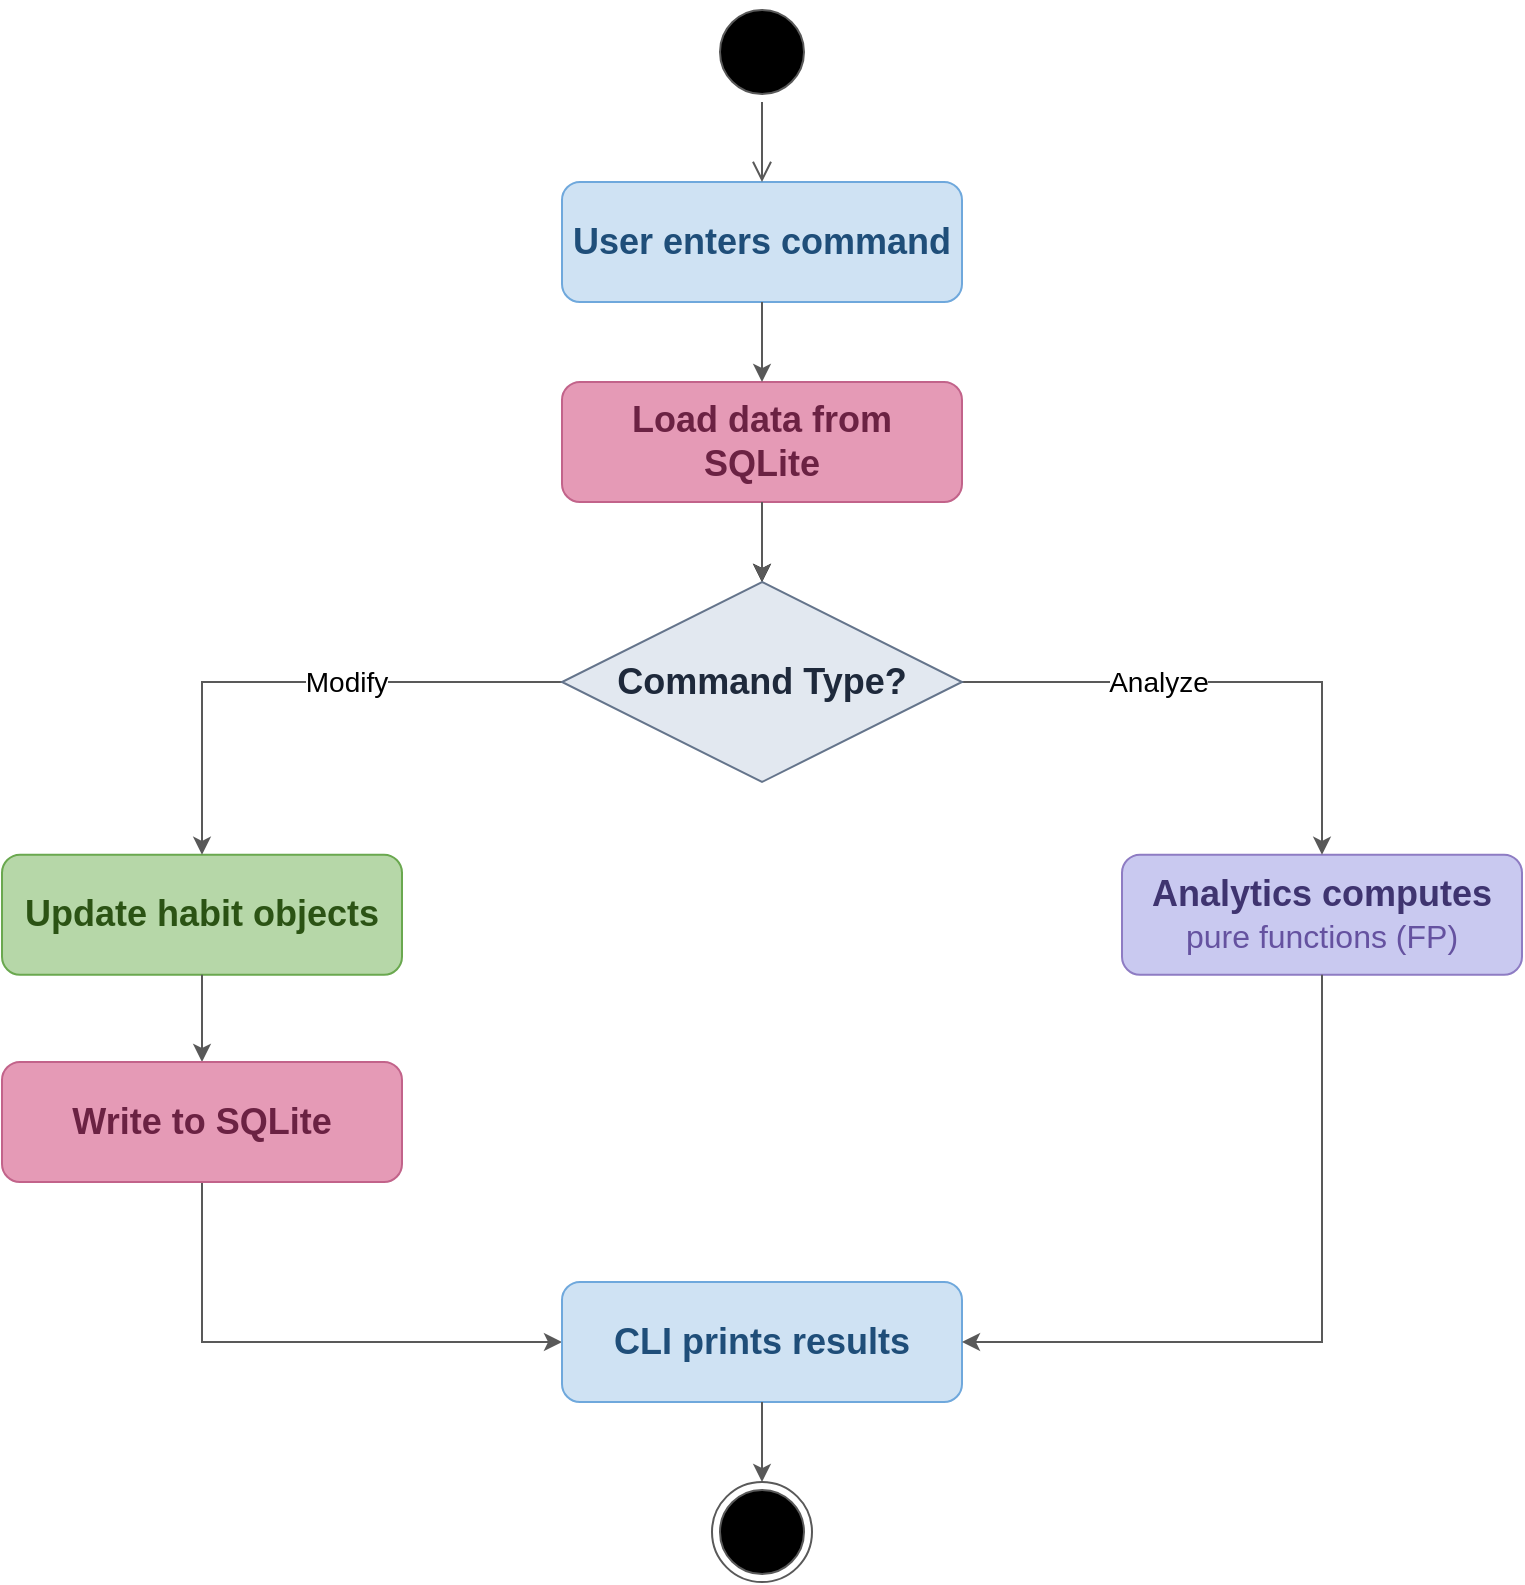
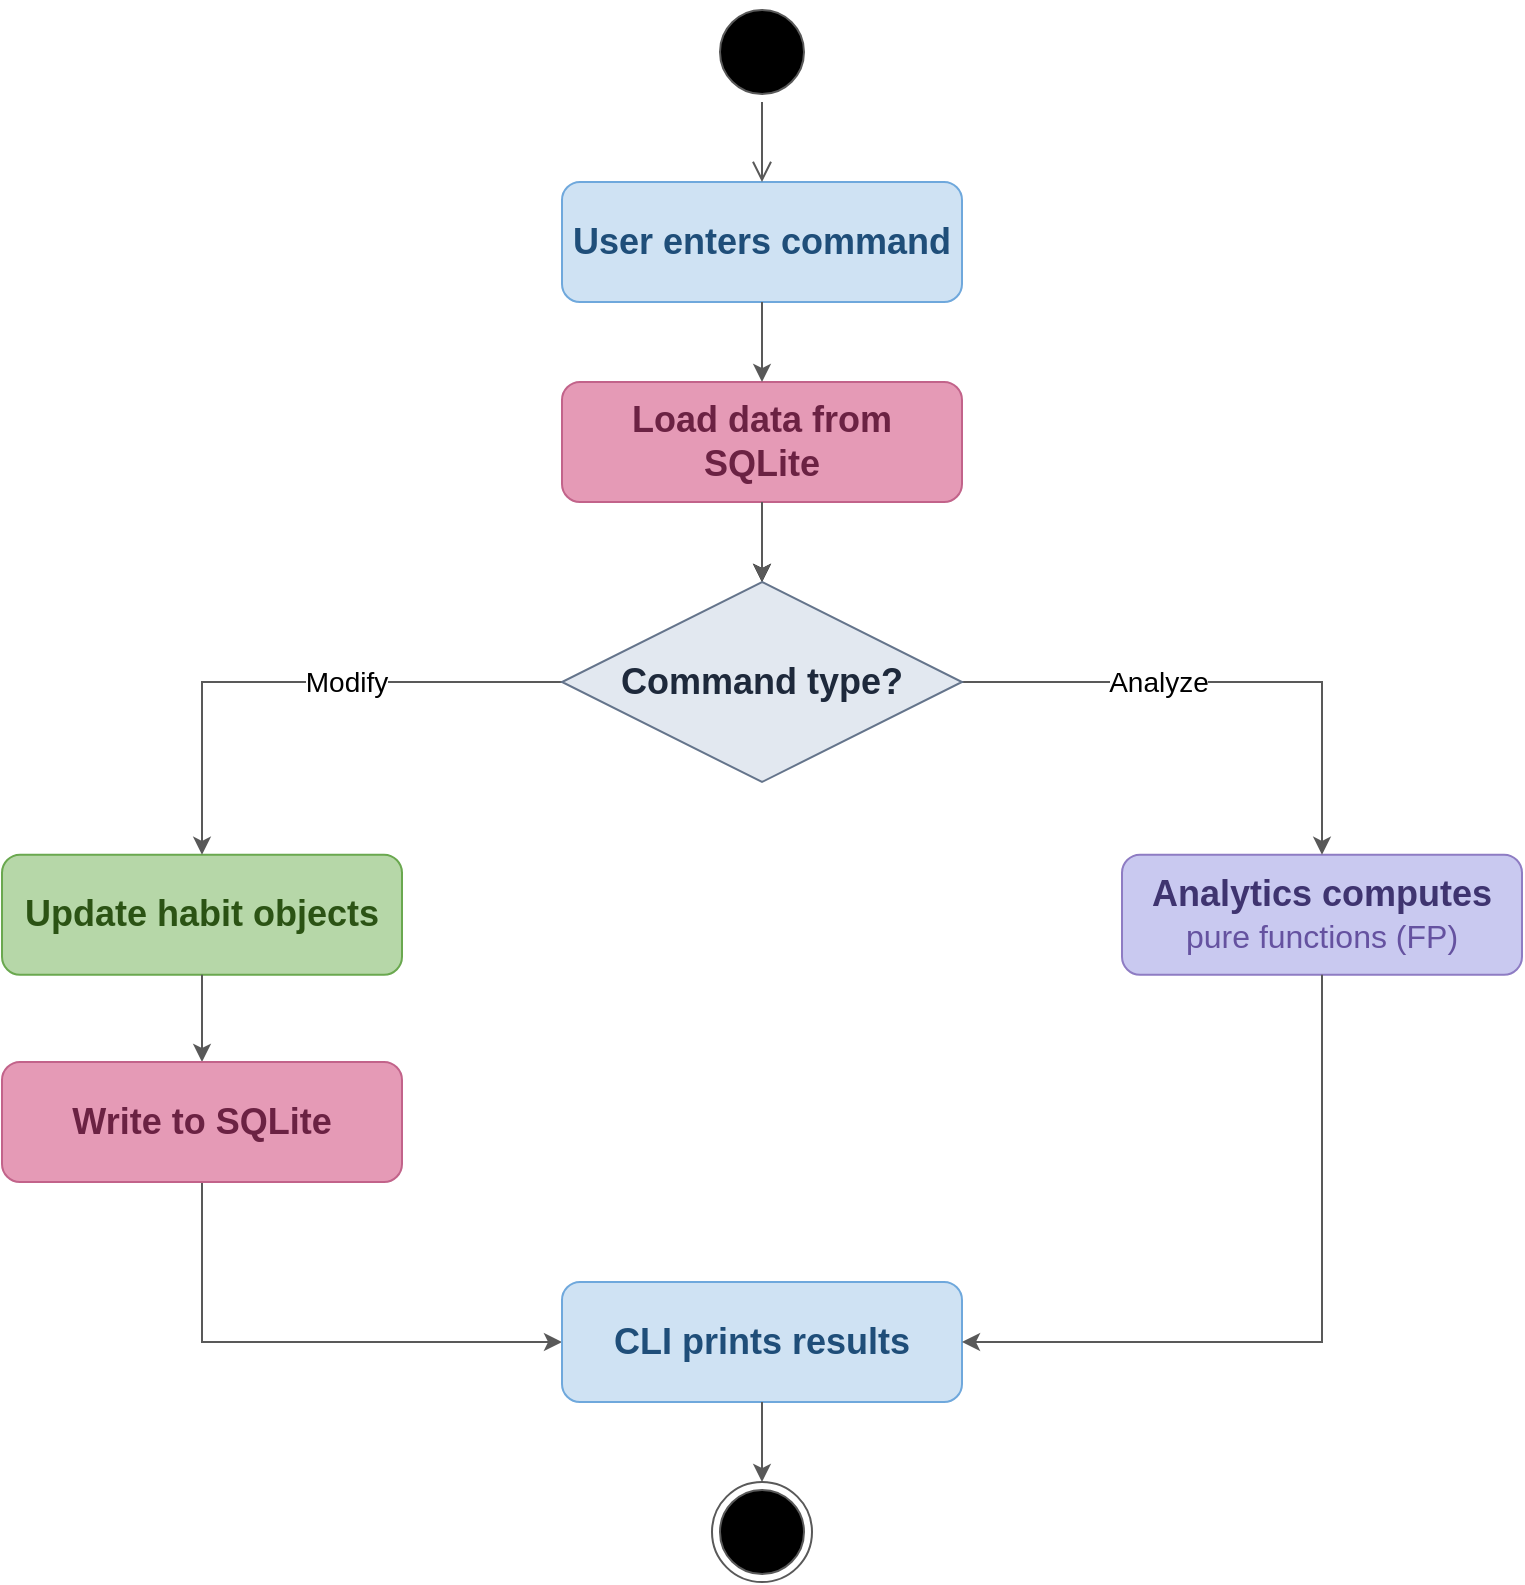
<mxfile host="app.diagrams.net">
  <diagram name="Page-1" id="Piyn0j4mb7igTU8--PZw">
    <mxGraphModel dx="1417" dy="766" grid="1" gridSize="10" guides="1" tooltips="1" connect="1" arrows="1" fold="1" page="1" pageScale="1" pageWidth="850" pageHeight="1100" math="0" shadow="0">
      <root>
        <mxCell id="0" />
        <mxCell id="1" parent="0" />
        <mxCell id="FmgUDV7ztdBwRqrOEOFS-1" parent="1" style="rounded=1;whiteSpace=wrap;html=1;fillColor=#CFE2F3;strokeColor=#6FA8DC;fontColor=#1F4E79;" value="&lt;font style=&quot;font-size: 18px;&quot;&gt;&lt;b&gt;User enters command&lt;/b&gt;&lt;/font&gt;" vertex="1">
          <mxGeometry height="60" width="200" x="320" y="280" as="geometry" />
        </mxCell>
        <mxCell id="FmgUDV7ztdBwRqrOEOFS-3" parent="1" style="rounded=1;whiteSpace=wrap;html=1;fillColor=#B6D7A8;strokeColor=#6AA84F;fontColor=#2B5314;" value="&lt;div&gt;&lt;font style=&quot;font-size: 18px;&quot;&gt;&lt;b&gt;Update habit objects&lt;/b&gt;&lt;/font&gt;&lt;/div&gt;" vertex="1">
          <mxGeometry height="60" width="200" x="40" y="616.38" as="geometry" />
        </mxCell>
        <mxCell id="FmgUDV7ztdBwRqrOEOFS-4" edge="1" parent="1" source="FmgUDV7ztdBwRqrOEOFS-5" style="edgeStyle=orthogonalEdgeStyle;rounded=0;orthogonalLoop=1;jettySize=auto;html=1;" value="">
          <mxGeometry relative="1" as="geometry">
            <mxPoint x="420.0000000000002" y="480" as="targetPoint" />
          </mxGeometry>
        </mxCell>
        <mxCell id="FmgUDV7ztdBwRqrOEOFS-5" parent="1" style="rounded=1;whiteSpace=wrap;html=1;fillColor=#E59AB6;strokeColor=#C2638A;fontColor=#6B2243;" value="&lt;div&gt;&lt;font style=&quot;font-size: 18px;&quot;&gt;&lt;b&gt;Load data from&lt;/b&gt;&lt;/font&gt;&lt;/div&gt;&lt;div&gt;&lt;font style=&quot;font-size: 18px;&quot;&gt;&lt;b&gt;SQLite&lt;/b&gt;&lt;/font&gt;&lt;/div&gt;" vertex="1">
          <mxGeometry height="60" width="200" x="320" y="380" as="geometry" />
        </mxCell>
        <mxCell id="FmgUDV7ztdBwRqrOEOFS-6" parent="1" style="rounded=1;whiteSpace=wrap;html=1;fillColor=#C9C9F0;strokeColor=#8E7CC3;" value="&lt;div&gt;&lt;font style=&quot;font-size: 18px; color: rgb(63, 52, 112);&quot;&gt;&lt;b&gt;Analytics computes&lt;/b&gt;&lt;/font&gt;&lt;/div&gt;&lt;div&gt;&lt;font style=&quot;font-size: 16px; color: rgb(101, 82, 160);&quot;&gt;pure functions (FP)&lt;/font&gt;&lt;/div&gt;" vertex="1">
          <mxGeometry height="60" width="200" x="600" y="616.38" as="geometry" />
        </mxCell>
        <mxCell id="FmgUDV7ztdBwRqrOEOFS-8" edge="1" parent="1" source="FmgUDV7ztdBwRqrOEOFS-1" style="endArrow=classic;html=1;rounded=0;exitX=0.5;exitY=1;exitDx=0;exitDy=0;entryX=0.5;entryY=0;entryDx=0;entryDy=0;strokeColor=#595959;" target="FmgUDV7ztdBwRqrOEOFS-5" value="">
          <mxGeometry relative="1" as="geometry">
            <mxPoint x="110" y="400" as="sourcePoint" />
            <mxPoint x="210" y="400" as="targetPoint" />
          </mxGeometry>
        </mxCell>
        <mxCell id="FmgUDV7ztdBwRqrOEOFS-10" edge="1" parent="1" source="FmgUDV7ztdBwRqrOEOFS-20" style="endArrow=classic;html=1;rounded=0;exitX=0;exitY=0.5;exitDx=0;exitDy=0;entryX=0.5;entryY=0;entryDx=0;entryDy=0;strokeColor=#595959;" target="FmgUDV7ztdBwRqrOEOFS-3" value="">
          <mxGeometry relative="1" as="geometry">
            <Array as="points">
              <mxPoint x="140" y="530" />
            </Array>
            <mxPoint x="260" y="440" as="sourcePoint" />
            <mxPoint x="260" y="500" as="targetPoint" />
          </mxGeometry>
        </mxCell>
        <mxCell id="FmgUDV7ztdBwRqrOEOFS-11" connectable="0" parent="FmgUDV7ztdBwRqrOEOFS-10" style="edgeLabel;resizable=0;html=1;;align=center;verticalAlign=middle;" value="&lt;font style=&quot;font-size: 14px;&quot;&gt;Modify&lt;/font&gt;" vertex="1">
          <mxGeometry relative="1" as="geometry">
            <mxPoint x="25" as="offset" />
          </mxGeometry>
        </mxCell>
        <mxCell id="FmgUDV7ztdBwRqrOEOFS-12" edge="1" parent="1" source="FmgUDV7ztdBwRqrOEOFS-20" style="endArrow=classic;html=1;rounded=0;exitX=1;exitY=0.5;exitDx=0;exitDy=0;entryX=0.5;entryY=0;entryDx=0;entryDy=0;strokeColor=#595959;" target="FmgUDV7ztdBwRqrOEOFS-6" value="">
          <mxGeometry relative="1" as="geometry">
            <Array as="points">
              <mxPoint x="700" y="530" />
            </Array>
            <mxPoint x="530" y="360" as="sourcePoint" />
            <mxPoint x="760" y="420" as="targetPoint" />
          </mxGeometry>
        </mxCell>
        <mxCell id="FmgUDV7ztdBwRqrOEOFS-13" connectable="0" parent="FmgUDV7ztdBwRqrOEOFS-12" style="edgeLabel;resizable=0;html=1;;align=center;verticalAlign=middle;" value="&lt;font style=&quot;font-size: 14px;&quot;&gt;Analyze&lt;/font&gt;" vertex="1">
          <mxGeometry relative="1" as="geometry">
            <mxPoint x="-35" as="offset" />
          </mxGeometry>
        </mxCell>
        <mxCell id="FmgUDV7ztdBwRqrOEOFS-14" edge="1" parent="1" source="FmgUDV7ztdBwRqrOEOFS-5" style="endArrow=classic;html=1;rounded=0;exitX=0.5;exitY=1;exitDx=0;exitDy=0;entryX=0.5;entryY=0;entryDx=0;entryDy=0;strokeColor=#595959;" target="FmgUDV7ztdBwRqrOEOFS-20" value="">
          <mxGeometry relative="1" as="geometry">
            <mxPoint x="425" y="440" as="sourcePoint" />
            <mxPoint x="420.0000000000002" y="480" as="targetPoint" />
          </mxGeometry>
        </mxCell>
        <mxCell id="FmgUDV7ztdBwRqrOEOFS-16" edge="1" parent="1" source="FmgUDV7ztdBwRqrOEOFS-3" style="endArrow=classic;html=1;rounded=0;exitX=0.5;exitY=1;exitDx=0;exitDy=0;entryX=0.5;entryY=0;entryDx=0;entryDy=0;strokeColor=#595959;" target="FmgUDV7ztdBwRqrOEOFS-23" value="">
          <mxGeometry relative="1" as="geometry">
            <mxPoint x="420" y="816.38" as="sourcePoint" />
            <mxPoint x="160" y="776.38" as="targetPoint" />
          </mxGeometry>
        </mxCell>
        <mxCell id="FmgUDV7ztdBwRqrOEOFS-18" parent="1" style="ellipse;html=1;shape=startState;fillColor=#000000;strokeColor=#595959;" value="" vertex="1">
          <mxGeometry height="50" width="50" x="395" y="190" as="geometry" />
        </mxCell>
        <mxCell id="FmgUDV7ztdBwRqrOEOFS-19" edge="1" parent="1" source="FmgUDV7ztdBwRqrOEOFS-18" style="edgeStyle=orthogonalEdgeStyle;html=1;verticalAlign=bottom;endArrow=open;endSize=8;strokeColor=#595959;rounded=0;entryX=0.5;entryY=0;entryDx=0;entryDy=0;" target="FmgUDV7ztdBwRqrOEOFS-1" value="">
          <mxGeometry relative="1" as="geometry">
            <mxPoint x="420" y="250" as="targetPoint" />
          </mxGeometry>
        </mxCell>
-         <mxCell id="FmgUDV7ztdBwRqrOEOFS-20" parent="1" style="shape=rhombus;perimeter=rhombusPerimeter;whiteSpace=wrap;html=1;align=center;fillColor=#E2E8F0;strokeColor=#64748B;fontColor=#1E293B;" value="&lt;font style=&quot;font-size: 18px;&quot;&gt;&lt;b&gt;Command Type?&lt;/b&gt;&lt;/font&gt;" vertex="1">
+         <mxCell id="FmgUDV7ztdBwRqrOEOFS-20" parent="1" style="shape=rhombus;perimeter=rhombusPerimeter;whiteSpace=wrap;html=1;align=center;fillColor=#E2E8F0;strokeColor=#64748B;fontColor=#1E293B;" value="&lt;font style=&quot;font-size: 18px;&quot;&gt;&lt;b&gt;Command type?&lt;/b&gt;&lt;/font&gt;" vertex="1">
          <mxGeometry height="100" width="200" x="320" y="480" as="geometry" />
        </mxCell>
        <mxCell id="FmgUDV7ztdBwRqrOEOFS-21" edge="1" parent="1" source="FmgUDV7ztdBwRqrOEOFS-23" style="endArrow=classic;html=1;rounded=0;exitX=0.5;exitY=1;exitDx=0;exitDy=0;strokeColor=#595959;entryX=0;entryY=0.5;entryDx=0;entryDy=0;" target="FmgUDV7ztdBwRqrOEOFS-25" value="">
          <mxGeometry relative="1" as="geometry">
            <Array as="points">
              <mxPoint x="140" y="860" />
              <mxPoint x="260" y="860" />
            </Array>
            <mxPoint x="159.66" y="800" as="sourcePoint" />
            <mxPoint x="360" y="860" as="targetPoint" />
          </mxGeometry>
        </mxCell>
        <mxCell id="FmgUDV7ztdBwRqrOEOFS-23" parent="1" style="rounded=1;whiteSpace=wrap;html=1;fillColor=#E59AB6;strokeColor=#C2638A;" value="&lt;div&gt;&lt;font style=&quot;font-size: 18px; color: rgb(107, 34, 67);&quot;&gt;&lt;b&gt;Write to SQLite&lt;/b&gt;&lt;/font&gt;&lt;/div&gt;" vertex="1">
          <mxGeometry height="60" width="200" x="40" y="720" as="geometry" />
        </mxCell>
        <mxCell id="FmgUDV7ztdBwRqrOEOFS-25" parent="1" style="rounded=1;whiteSpace=wrap;html=1;fillColor=#CFE2F3;strokeColor=#6FA8DC;fontColor=#1F4E79;" value="&lt;div&gt;&lt;font style=&quot;font-size: 18px;&quot;&gt;&lt;b&gt;CLI prints results&lt;/b&gt;&lt;/font&gt;&lt;/div&gt;" vertex="1">
          <mxGeometry height="60" width="200" x="320" y="830" as="geometry" />
        </mxCell>
        <mxCell id="FmgUDV7ztdBwRqrOEOFS-26" edge="1" parent="1" source="FmgUDV7ztdBwRqrOEOFS-6" style="endArrow=classic;html=1;rounded=0;exitX=0.5;exitY=1;exitDx=0;exitDy=0;strokeColor=#595959;entryX=1;entryY=0.5;entryDx=0;entryDy=0;" target="FmgUDV7ztdBwRqrOEOFS-25" value="">
          <mxGeometry relative="1" as="geometry">
            <Array as="points">
              <mxPoint x="700" y="860" />
            </Array>
            <mxPoint x="600" y="720" as="sourcePoint" />
            <mxPoint x="700" y="880" as="targetPoint" />
          </mxGeometry>
        </mxCell>
        <mxCell id="FmgUDV7ztdBwRqrOEOFS-27" edge="1" parent="1" source="FmgUDV7ztdBwRqrOEOFS-25" style="endArrow=classic;html=1;rounded=0;exitX=0.5;exitY=1;exitDx=0;exitDy=0;strokeColor=#595959;entryX=0.5;entryY=0;entryDx=0;entryDy=0;" target="FmgUDV7ztdBwRqrOEOFS-28" value="">
          <mxGeometry relative="1" as="geometry">
            <mxPoint x="410" y="940" as="sourcePoint" />
            <mxPoint x="420" y="960" as="targetPoint" />
          </mxGeometry>
        </mxCell>
        <mxCell id="FmgUDV7ztdBwRqrOEOFS-28" parent="1" style="ellipse;html=1;shape=endState;fillColor=#000000;strokeColor=#595959;" value="" vertex="1">
          <mxGeometry height="50" width="50" x="395" y="930" as="geometry" />
        </mxCell>
      </root>
    </mxGraphModel>
  </diagram>
</mxfile>
